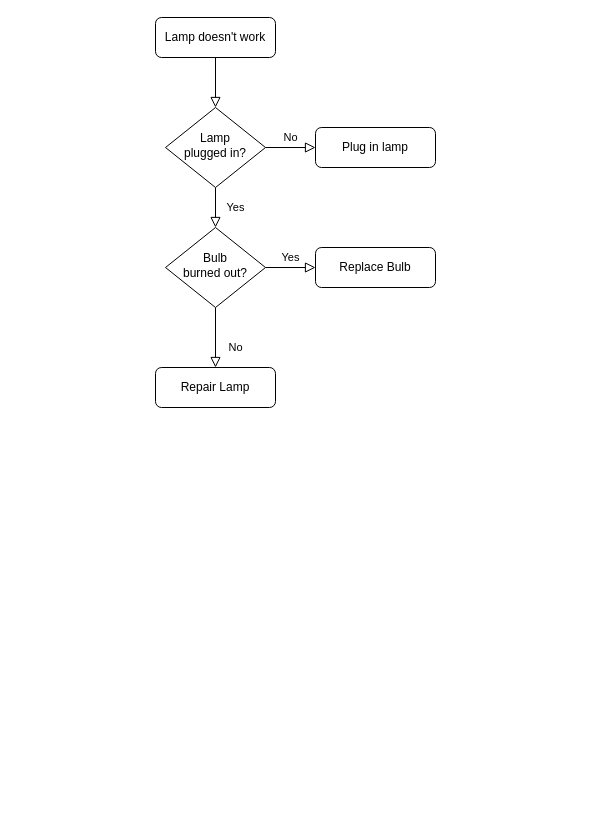
This is 未命名绘图.drawio from saheibe/the-first-test, a draw.io file, before an edit. Source tidied: cells renumbered, new cells numbered last; positions are measured from the earlier drawing's top-left corner, leaving out a move shared by most shapes. Both pictures are drawn from the tidied source at 100%, with x=0, y=0 at pixel (155, 17).
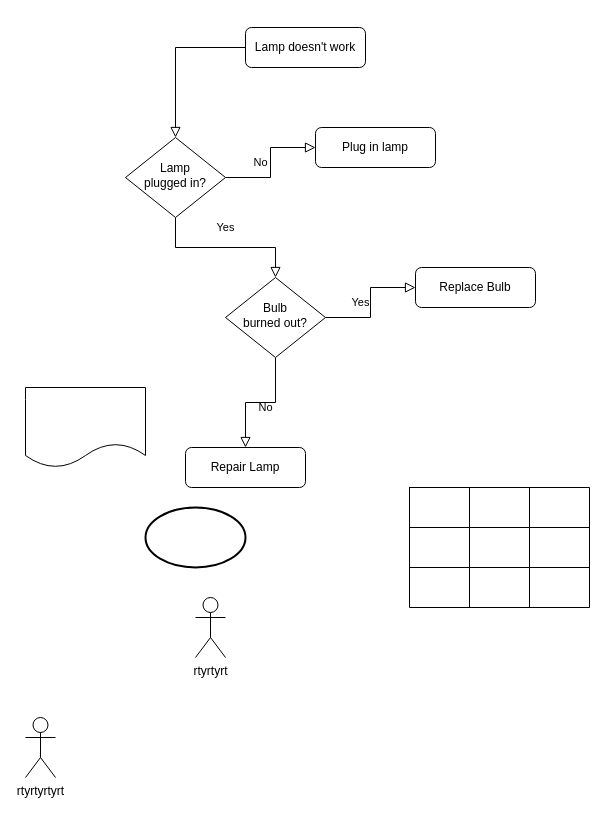
After the change.

Commit message:
更新未命名绘图.drawio

What changed in the source:
```diff
@@
     <mxCell id="3" value="Lamp doesn't work" style="rounded=1;whiteSpace=wrap;html=1;fontSize=12;glass=0;strokeWidth=1;shadow=0;" parent="1" vertex="1">
-      <mxGeometry width="120" height="40" as="geometry" />
+      <mxGeometry x="90" y="10" width="120" height="40" as="geometry" />
     </mxCell>
@@
     <mxCell id="6" value="Lamp&lt;br&gt;plugged in?" style="rhombus;whiteSpace=wrap;html=1;shadow=0;fontFamily=Helvetica;fontSize=12;align=center;strokeWidth=1;spacing=6;spacingTop=-4;" parent="1" vertex="1">
-      <mxGeometry x="10" y="90" width="100" height="80" as="geometry" />
+      <mxGeometry x="-30" y="120" width="100" height="80" as="geometry" />
     </mxCell>
@@
     <mxCell id="10" value="Bulb&lt;br&gt;burned out?" style="rhombus;whiteSpace=wrap;html=1;shadow=0;fontFamily=Helvetica;fontSize=12;align=center;strokeWidth=1;spacing=6;spacingTop=-4;" parent="1" vertex="1">
-      <mxGeometry x="10" y="210" width="100" height="80" as="geometry" />
+      <mxGeometry x="70" y="260" width="100" height="80" as="geometry" />
     </mxCell>
     <mxCell id="11" value="Repair Lamp" style="rounded=1;whiteSpace=wrap;html=1;fontSize=12;glass=0;strokeWidth=1;shadow=0;" parent="1" vertex="1">
-      <mxGeometry y="350" width="120" height="40" as="geometry" />
+      <mxGeometry x="30" y="430" width="120" height="40" as="geometry" />
     </mxCell>
     <mxCell id="12" value="Replace Bulb" style="rounded=1;whiteSpace=wrap;html=1;fontSize=12;glass=0;strokeWidth=1;shadow=0;" parent="1" vertex="1">
-      <mxGeometry x="160" y="230" width="120" height="40" as="geometry" />
+      <mxGeometry x="260" y="250" width="120" height="40" as="geometry" />
     </mxCell>
+    <mxCell id="13" style="strokeWidth=2;html=1;shape=mxgraph.flowchart.start_1;whiteSpace=wrap;" parent="1" vertex="1">
+      <mxGeometry x="-10" y="490" width="100" height="60" as="geometry" />
+    </mxCell>
+    <mxCell id="14" style="shape=document;whiteSpace=wrap;html=1;boundedLbl=1;" parent="1" vertex="1">
+      <mxGeometry x="-130" y="370" width="120" height="80" as="geometry" />
+    </mxCell>
+    <mxCell id="15" style="shape=table;html=1;whiteSpace=wrap;startSize=0;childLayout=tableLayout;" parent="1" vertex="1">
+      <mxGeometry x="254" y="470" width="180" height="120" as="geometry" />
+    </mxCell>
+    <mxCell id="16" style="shape=partialRectangle;html=1;whiteSpace=wrap;fillColor=none;top=0;left=0;bottom=0;right=0;" parent="15" vertex="1">
+      <mxGeometry width="180" height="40" as="geometry" />
+    </mxCell>
+    <mxCell id="17" style="shape=partialRectangle;html=1;whiteSpace=wrap;fillColor=none;top=0;left=0;bottom=0;right=0;overflow=hidden;" parent="16" vertex="1">
+      <mxGeometry width="60" height="40" as="geometry" />
+    </mxCell>
+    <mxCell id="18" style="shape=partialRectangle;html=1;whiteSpace=wrap;fillColor=none;top=0;left=0;bottom=0;right=0;overflow=hidden;" parent="16" vertex="1">
+      <mxGeometry x="60" width="60" height="40" as="geometry" />
+    </mxCell>
+    <mxCell id="19" style="shape=partialRectangle;html=1;whiteSpace=wrap;fillColor=none;top=0;left=0;bottom=0;right=0;overflow=hidden;" parent="16" vertex="1">
+      <mxGeometry x="120" width="60" height="40" as="geometry" />
+    </mxCell>
+    <mxCell id="20" style="shape=partialRectangle;html=1;whiteSpace=wrap;fillColor=none;top=0;left=0;bottom=0;right=0;" parent="15" vertex="1">
+      <mxGeometry y="40" width="180" height="40" as="geometry" />
+    </mxCell>
+    <mxCell id="21" style="shape=partialRectangle;html=1;whiteSpace=wrap;fillColor=none;top=0;left=0;bottom=0;right=0;overflow=hidden;" parent="20" vertex="1">
+      <mxGeometry width="60" height="40" as="geometry" />
+    </mxCell>
+    <mxCell id="22" style="shape=partialRectangle;html=1;whiteSpace=wrap;fillColor=none;top=0;left=0;bottom=0;right=0;overflow=hidden;" parent="20" vertex="1">
+      <mxGeometry x="60" width="60" height="40" as="geometry" />
+    </mxCell>
+    <mxCell id="23" style="shape=partialRectangle;html=1;whiteSpace=wrap;fillColor=none;top=0;left=0;bottom=0;right=0;overflow=hidden;" parent="20" vertex="1">
+      <mxGeometry x="120" width="60" height="40" as="geometry" />
+    </mxCell>
+    <mxCell id="24" style="shape=partialRectangle;html=1;whiteSpace=wrap;fillColor=none;top=0;left=0;bottom=0;right=0;" parent="15" vertex="1">
+      <mxGeometry y="80" width="180" height="40" as="geometry" />
+    </mxCell>
+    <mxCell id="25" style="shape=partialRectangle;html=1;whiteSpace=wrap;fillColor=none;top=0;left=0;bottom=0;right=0;overflow=hidden;" parent="24" vertex="1">
+      <mxGeometry width="60" height="40" as="geometry" />
+    </mxCell>
+    <mxCell id="26" style="shape=partialRectangle;html=1;whiteSpace=wrap;fillColor=none;top=0;left=0;bottom=0;right=0;overflow=hidden;" parent="24" vertex="1">
+      <mxGeometry x="60" width="60" height="40" as="geometry" />
+    </mxCell>
+    <mxCell id="27" style="shape=partialRectangle;html=1;whiteSpace=wrap;fillColor=none;top=0;left=0;bottom=0;right=0;overflow=hidden;" parent="24" vertex="1">
+      <mxGeometry x="120" width="60" height="40" as="geometry" />
+    </mxCell>
+    <mxCell id="28" value="rtyrtyrtyrt" style="shape=umlActor;verticalLabelPosition=bottom;verticalAlign=top;html=1;" parent="1" vertex="1">
+      <mxGeometry x="-130" y="700" width="30" height="60" as="geometry" />
+    </mxCell>
+    <mxCell id="29" value="rtyrtyrt" style="shape=umlActor;verticalLabelPosition=bottom;verticalAlign=top;html=1;" parent="1" vertex="1">
+      <mxGeometry x="40" y="580" width="30" height="60" as="geometry" />
+    </mxCell>
```
